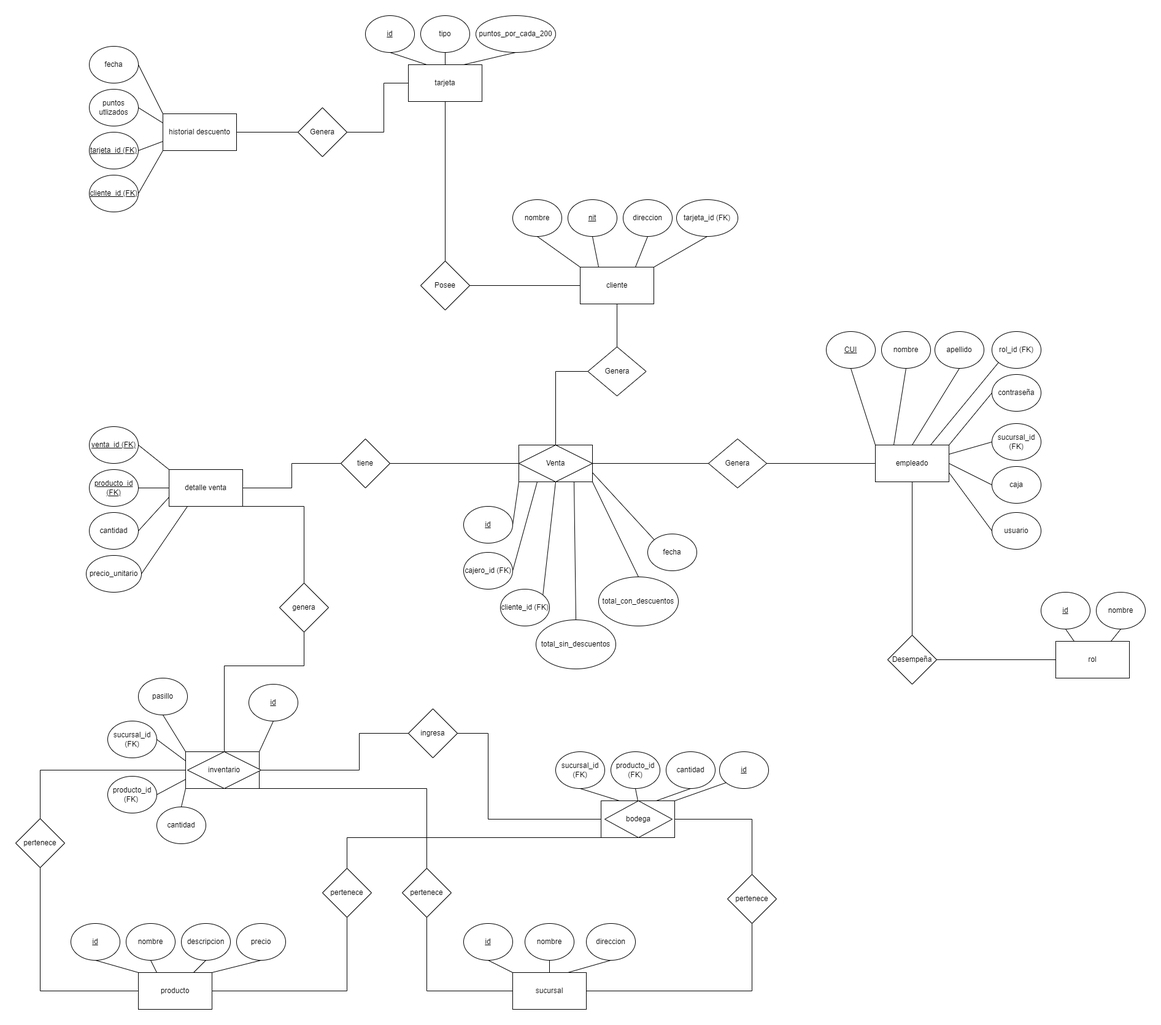
Above: Documentacion/Diagrama Entidad Relacion/GamerProXela Diagrama Entidad Relacion.png in DiegoMaldonado19/GamerProXela (draw.io), before the change. Source tidied: cells renumbered, new cells last; positions are measured from the earlier drawing's top-left corner, leaving out a move shared by most shapes.
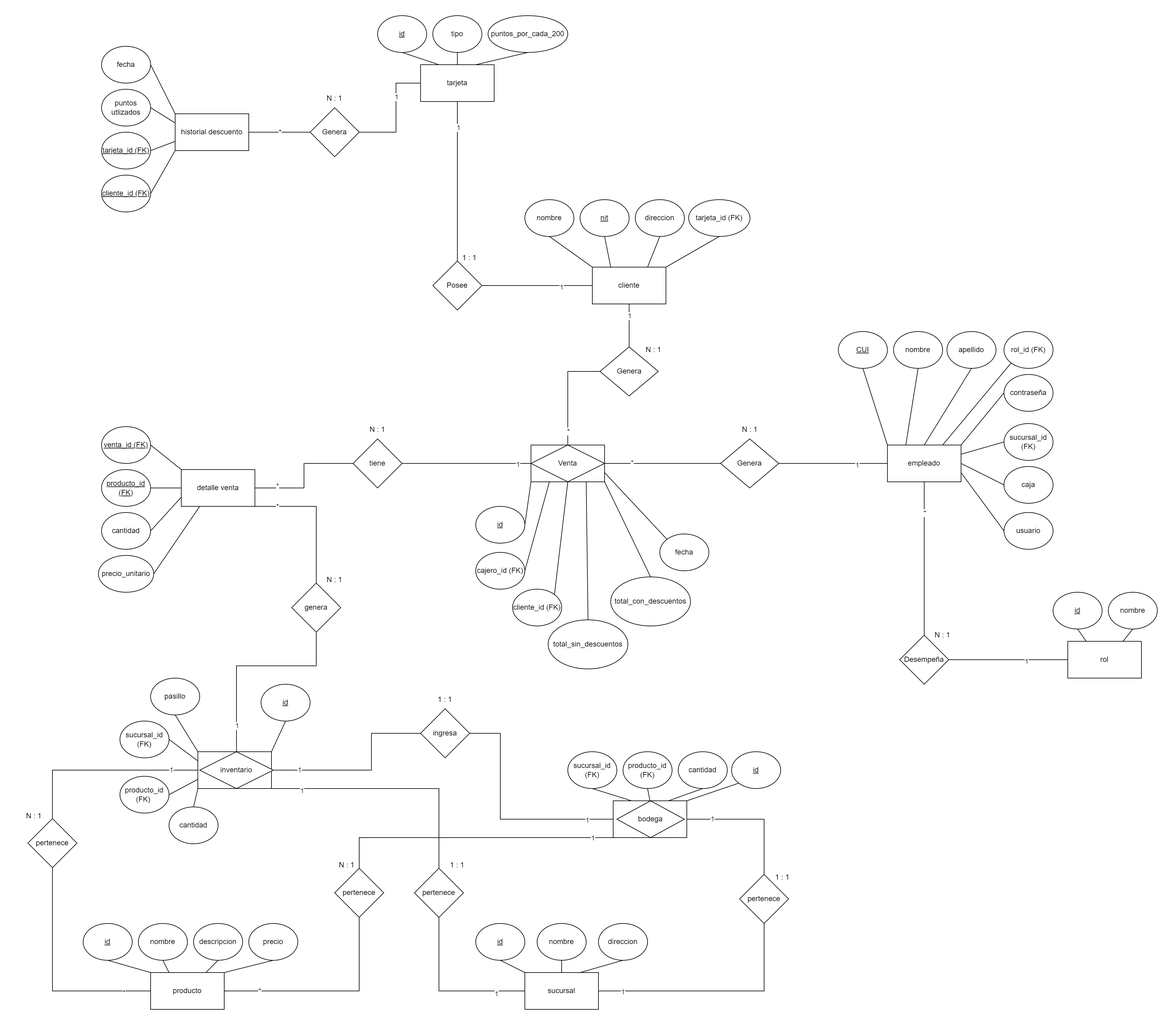
After the change.

Diff of the diagram source:
```diff
@@ -299,15 +299,24 @@
     <mxCell id="100" style="endArrow=none;html=1;rounded=0;entryX=0.5;entryY=1;entryDx=0;entryDy=0;exitX=0.5;exitY=0;exitDx=0;exitDy=0;" parent="1" edge="1" source="99" target="49">
       <mxGeometry relative="1" as="geometry" />
     </mxCell>
+    <mxCell id="146" value="1" style="edgeLabel;html=1;align=center;verticalAlign=middle;" parent="100" vertex="1">
+      <mxGeometry x="0.68" y="-1" relative="1" as="geometry" />
+    </mxCell>
     <mxCell id="101" style="endArrow=none;html=1;rounded=0;entryX=0;entryY=0.5;entryDx=0;entryDy=0;exitX=1;exitY=0.5;exitDx=0;exitDy=0;" parent="1" edge="1" source="99" target="44">
       <mxGeometry relative="1" as="geometry" />
     </mxCell>
+    <mxCell id="147" value="1" style="edgeLabel;html=1;align=center;verticalAlign=middle;" parent="101" vertex="1">
+      <mxGeometry x="0.44" y="-2" relative="1" as="geometry" />
+    </mxCell>
     <mxCell id="102" value="Genera" style="rhombus;whiteSpace=wrap;html=1;" parent="1" vertex="1">
       <mxGeometry x="460" y="150" width="80" height="80" as="geometry" />
     </mxCell>
     <mxCell id="103" style="endArrow=none;html=1;rounded=0;exitX=1;exitY=0.5;exitDx=0;exitDy=0;entryX=0;entryY=0.5;entryDx=0;entryDy=0;" parent="1" edge="1" source="53" target="102">
       <mxGeometry relative="1" as="geometry" />
     </mxCell>
+    <mxCell id="148" value="*" style="edgeLabel;html=1;align=center;verticalAlign=middle;" parent="103" vertex="1">
+      <mxGeometry x="0.01" y="1" relative="1" as="geometry" />
+    </mxCell>
     <mxCell id="104" style="endArrow=none;html=1;rounded=0;entryX=0;entryY=0.5;entryDx=0;entryDy=0;exitX=1;exitY=0.5;exitDx=0;exitDy=0;" parent="1" edge="1" source="102" target="49">
       <mxGeometry relative="1" as="geometry">
         <Array as="points">
@@ -316,15 +325,24 @@
         </Array>
       </mxGeometry>
     </mxCell>
+    <mxCell id="149" value="1" style="edgeLabel;html=1;align=center;verticalAlign=middle;" parent="104" vertex="1">
+      <mxGeometry x="0.31" relative="1" as="geometry" />
+    </mxCell>
     <mxCell id="105" value="Desempeña" style="rhombus;whiteSpace=wrap;html=1;" parent="1" vertex="1">
       <mxGeometry x="1421" y="1010" width="80" height="80" as="geometry" />
     </mxCell>
     <mxCell id="106" style="endArrow=none;html=1;rounded=0;entryX=0.5;entryY=1;entryDx=0;entryDy=0;exitX=0.5;exitY=0;exitDx=0;exitDy=0;" parent="1" edge="1" source="105" target="23">
       <mxGeometry relative="1" as="geometry" />
     </mxCell>
+    <mxCell id="150" value="*" style="edgeLabel;html=1;align=center;verticalAlign=middle;" parent="106" vertex="1">
+      <mxGeometry x="0.6" relative="1" as="geometry" />
+    </mxCell>
     <mxCell id="107" style="endArrow=none;html=1;rounded=0;entryX=0;entryY=0.5;entryDx=0;entryDy=0;exitX=1;exitY=0.5;exitDx=0;exitDy=0;" parent="1" edge="1" source="105" target="20">
       <mxGeometry relative="1" as="geometry" />
     </mxCell>
+    <mxCell id="151" value="1" style="edgeLabel;html=1;align=center;verticalAlign=middle;" parent="107" vertex="1">
+      <mxGeometry x="0.3" y="-2" relative="1" as="geometry" />
+    </mxCell>
     <mxCell id="108" value="Venta" style="rhombus;whiteSpace=wrap;html=1;" parent="1" vertex="1">
       <mxGeometry x="820" y="700" width="120" height="60" as="geometry" />
     </mxCell>
@@ -337,6 +355,9 @@
     <mxCell id="111" style="endArrow=none;html=1;rounded=0;entryX=0.5;entryY=1;entryDx=0;entryDy=0;exitX=0.5;exitY=0;exitDx=0;exitDy=0;" parent="1" edge="1" source="109" target="44">
       <mxGeometry relative="1" as="geometry" />
     </mxCell>
+    <mxCell id="152" value="1" style="edgeLabel;html=1;align=center;verticalAlign=middle;" parent="111" vertex="1">
+      <mxGeometry x="0.46" relative="1" as="geometry" />
+    </mxCell>
     <mxCell id="112" style="endArrow=none;html=1;rounded=0;exitX=0.5;exitY=0;exitDx=0;exitDy=0;entryX=0;entryY=0.5;entryDx=0;entryDy=0;" parent="1" edge="1" source="108" target="109">
       <mxGeometry relative="1" as="geometry">
         <Array as="points">
@@ -344,12 +365,21 @@
         </Array>
       </mxGeometry>
     </mxCell>
+    <mxCell id="153" value="*" style="edgeLabel;html=1;align=center;verticalAlign=middle;" parent="112" vertex="1">
+      <mxGeometry x="-0.73" relative="1" as="geometry" />
+    </mxCell>
     <mxCell id="113" style="endArrow=none;html=1;rounded=0;entryX=0;entryY=0.5;entryDx=0;entryDy=0;exitX=1;exitY=0.5;exitDx=0;exitDy=0;" parent="1" edge="1" source="110" target="23">
       <mxGeometry relative="1" as="geometry" />
     </mxCell>
+    <mxCell id="154" value="1" style="edgeLabel;html=1;align=center;verticalAlign=middle;" parent="113" vertex="1">
+      <mxGeometry x="0.44" y="-2" relative="1" as="geometry" />
+    </mxCell>
     <mxCell id="114" style="endArrow=none;html=1;rounded=0;exitX=1;exitY=0.5;exitDx=0;exitDy=0;entryX=0;entryY=0.5;entryDx=0;entryDy=0;" parent="1" edge="1" source="108" target="110">
       <mxGeometry relative="1" as="geometry" />
     </mxCell>
+    <mxCell id="155" value="*" style="edgeLabel;html=1;align=center;verticalAlign=middle;" parent="114" vertex="1">
+      <mxGeometry x="-0.53" y="2" relative="1" as="geometry" />
+    </mxCell>
     <mxCell id="115" value="inventario" style="rhombus;whiteSpace=wrap;html=1;" parent="1" vertex="1">
       <mxGeometry x="280" y="1200" width="120" height="60" as="geometry" />
     </mxCell>
@@ -369,6 +399,9 @@
         </Array>
       </mxGeometry>
     </mxCell>
+    <mxCell id="156" value="1" style="edgeLabel;html=1;align=center;verticalAlign=middle;" parent="119" vertex="1">
+      <mxGeometry x="-0.79" y="-1" relative="1" as="geometry" />
+    </mxCell>
     <mxCell id="120" style="endArrow=none;html=1;rounded=0;entryX=0.5;entryY=0;entryDx=0;entryDy=0;exitX=1;exitY=0.5;exitDx=0;exitDy=0;" parent="1" edge="1" source="11" target="118">
       <mxGeometry relative="1" as="geometry">
         <Array as="points">
@@ -376,6 +409,9 @@
         </Array>
       </mxGeometry>
     </mxCell>
+    <mxCell id="157" value="1" style="edgeLabel;html=1;align=center;verticalAlign=middle;" parent="120" vertex="1">
+      <mxGeometry x="-0.62" y="1" relative="1" as="geometry" />
+    </mxCell>
     <mxCell id="121" style="endArrow=none;html=1;rounded=0;entryX=0;entryY=0.5;entryDx=0;entryDy=0;exitX=0.5;exitY=0;exitDx=0;exitDy=0;" parent="1" edge="1" source="117" target="15">
       <mxGeometry relative="1" as="geometry">
         <Array as="points">
@@ -383,6 +419,9 @@
         </Array>
       </mxGeometry>
     </mxCell>
+    <mxCell id="158" value="1" style="edgeLabel;html=1;align=center;verticalAlign=middle;" parent="121" vertex="1">
+      <mxGeometry x="0.72" y="1" relative="1" as="geometry" />
+    </mxCell>
     <mxCell id="122" style="endArrow=none;html=1;rounded=0;exitX=0.5;exitY=1;exitDx=0;exitDy=0;entryX=0;entryY=0.5;entryDx=0;entryDy=0;" parent="1" edge="1" source="117" target="6">
       <mxGeometry relative="1" as="geometry">
         <Array as="points">
@@ -390,6 +429,9 @@
         </Array>
       </mxGeometry>
     </mxCell>
+    <mxCell id="159" value="*" style="edgeLabel;html=1;align=center;verticalAlign=middle;" parent="122" vertex="1">
+      <mxGeometry x="0.76" y="-2" relative="1" as="geometry" />
+    </mxCell>
     <mxCell id="123" value="pertenece" style="rhombus;whiteSpace=wrap;html=1;" parent="1" vertex="1">
       <mxGeometry x="500" y="1390" width="80" height="80" as="geometry" />
     </mxCell>
@@ -400,6 +442,9 @@
         </Array>
       </mxGeometry>
     </mxCell>
+    <mxCell id="160" value="*" style="edgeLabel;html=1;align=center;verticalAlign=middle;" parent="124" vertex="1">
+      <mxGeometry x="-0.67" y="1" relative="1" as="geometry" />
+    </mxCell>
     <mxCell id="125" style="endArrow=none;html=1;rounded=0;entryX=0;entryY=1;entryDx=0;entryDy=0;exitX=0.5;exitY=0;exitDx=0;exitDy=0;" parent="1" edge="1" source="123" target="11">
       <mxGeometry relative="1" as="geometry">
         <Array as="points">
@@ -407,6 +452,9 @@
         </Array>
       </mxGeometry>
     </mxCell>
+    <mxCell id="161" value="1" style="edgeLabel;html=1;align=center;verticalAlign=middle;" parent="125" vertex="1">
+      <mxGeometry x="0.85" relative="1" as="geometry" />
+    </mxCell>
     <mxCell id="126" value="pertenece" style="rhombus;whiteSpace=wrap;html=1;" parent="1" vertex="1">
       <mxGeometry x="630" y="1390" width="80" height="80" as="geometry" />
     </mxCell>
@@ -417,6 +465,9 @@
         </Array>
       </mxGeometry>
     </mxCell>
+    <mxCell id="162" value="1" style="edgeLabel;html=1;align=center;verticalAlign=middle;" parent="127" vertex="1">
+      <mxGeometry x="0.64" y="-4" relative="1" as="geometry" />
+    </mxCell>
     <mxCell id="128" style="endArrow=none;html=1;rounded=0;entryX=1;entryY=1;entryDx=0;entryDy=0;exitX=0.5;exitY=0;exitDx=0;exitDy=0;" parent="1" edge="1" source="126" target="15">
       <mxGeometry relative="1" as="geometry">
         <Array as="points">
@@ -424,6 +475,9 @@
         </Array>
       </mxGeometry>
     </mxCell>
+    <mxCell id="163" value="1" style="edgeLabel;html=1;align=center;verticalAlign=middle;" parent="128" vertex="1">
+      <mxGeometry x="0.75" y="3" relative="1" as="geometry" />
+    </mxCell>
     <mxCell id="129" value="ingresa" style="rhombus;whiteSpace=wrap;html=1;" parent="1" vertex="1">
       <mxGeometry x="640" y="1130" width="80" height="80" as="geometry" />
     </mxCell>
@@ -435,6 +489,9 @@
         </Array>
       </mxGeometry>
     </mxCell>
+    <mxCell id="164" value="1" style="edgeLabel;html=1;align=center;verticalAlign=middle;" parent="130" vertex="1">
+      <mxGeometry x="0.77" y="-1" relative="1" as="geometry" />
+    </mxCell>
     <mxCell id="131" style="endArrow=none;html=1;rounded=0;exitX=1;exitY=0.5;exitDx=0;exitDy=0;entryX=0;entryY=0.5;entryDx=0;entryDy=0;" parent="1" edge="1" source="115" target="129">
       <mxGeometry relative="1" as="geometry">
         <Array as="points">
@@ -443,6 +500,9 @@
         </Array>
       </mxGeometry>
     </mxCell>
+    <mxCell id="165" value="1" style="edgeLabel;html=1;align=center;verticalAlign=middle;" parent="131" vertex="1">
+      <mxGeometry x="-0.72" y="1" relative="1" as="geometry" />
+    </mxCell>
     <mxCell id="132" style="endArrow=none;html=1;rounded=0;exitX=0.5;exitY=1;exitDx=0;exitDy=0;entryX=0;entryY=0;entryDx=0;entryDy=0;" parent="1" edge="1" source="19" target="15">
       <mxGeometry relative="1" as="geometry" />
     </mxCell>
@@ -463,6 +523,9 @@
         </Array>
       </mxGeometry>
     </mxCell>
+    <mxCell id="166" value="1" style="edgeLabel;html=1;align=center;verticalAlign=middle;" parent="136" vertex="1">
+      <mxGeometry x="-0.74" relative="1" as="geometry" />
+    </mxCell>
     <mxCell id="137" value="genera" style="rhombus;whiteSpace=wrap;html=1;" parent="1" vertex="1">
       <mxGeometry x="430" y="925" width="80" height="80" as="geometry" />
     </mxCell>
@@ -473,12 +536,18 @@
         </Array>
       </mxGeometry>
     </mxCell>
+    <mxCell id="167" value="*" style="edgeLabel;html=1;align=center;verticalAlign=middle;" parent="138" vertex="1">
+      <mxGeometry x="0.68" y="-1" relative="1" as="geometry" />
+    </mxCell>
     <mxCell id="139" value="tiene" style="rhombus;whiteSpace=wrap;html=1;" parent="1" vertex="1">
       <mxGeometry x="530" y="690" width="80" height="80" as="geometry" />
     </mxCell>
     <mxCell id="140" style="endArrow=none;html=1;rounded=0;entryX=0;entryY=0.5;entryDx=0;entryDy=0;exitX=1;exitY=0.5;exitDx=0;exitDy=0;" parent="1" edge="1" source="139" target="108">
       <mxGeometry relative="1" as="geometry" />
     </mxCell>
+    <mxCell id="168" value="1" style="edgeLabel;html=1;align=center;verticalAlign=middle;" parent="140" vertex="1">
+      <mxGeometry x="0.79" y="-1" relative="1" as="geometry" />
+    </mxCell>
     <mxCell id="141" style="endArrow=none;html=1;rounded=0;entryX=0;entryY=0.5;entryDx=0;entryDy=0;exitX=1;exitY=0.5;exitDx=0;exitDy=0;" parent="1" edge="1" source="39" target="139">
       <mxGeometry relative="1" as="geometry">
         <Array as="points">
@@ -487,6 +556,9 @@
         </Array>
       </mxGeometry>
     </mxCell>
+    <mxCell id="169" value="*" style="edgeLabel;html=1;align=center;verticalAlign=middle;" parent="141" vertex="1">
+      <mxGeometry x="-0.64" y="4" relative="1" as="geometry" />
+    </mxCell>
     <mxCell id="142" value="&lt;u&gt;id&lt;/u&gt;" style="ellipse;whiteSpace=wrap;html=1;" parent="1" vertex="1">
       <mxGeometry x="380" y="1090" width="80" height="60" as="geometry" />
     </mxCell>
@@ -499,5 +571,41 @@
     <mxCell id="145" style="endArrow=none;html=1;rounded=0;entryX=0;entryY=1;entryDx=0;entryDy=0;exitX=1;exitY=0;exitDx=0;exitDy=0;" parent="1" edge="1" source="11" target="144">
       <mxGeometry relative="1" as="geometry" />
     </mxCell>
+    <mxCell id="170" value="1 : 1" style="text;html=1;align=center;verticalAlign=middle;whiteSpace=wrap;rounded=0;" parent="1" vertex="1">
+      <mxGeometry x="1200" y="1390" width="60" height="30" as="geometry" />
+    </mxCell>
+    <mxCell id="171" value="1 : 1" style="text;html=1;align=center;verticalAlign=middle;whiteSpace=wrap;rounded=0;" parent="1" vertex="1">
+      <mxGeometry x="670" y="1370" width="60" height="30" as="geometry" />
+    </mxCell>
+    <mxCell id="172" value="N : 1" style="text;html=1;align=center;verticalAlign=middle;whiteSpace=wrap;rounded=0;" parent="1" vertex="1">
+      <mxGeometry x="490" y="1370" width="60" height="30" as="geometry" />
+    </mxCell>
+    <mxCell id="173" value="N : 1" style="text;html=1;align=center;verticalAlign=middle;whiteSpace=wrap;rounded=0;" parent="1" vertex="1">
+      <mxGeometry x="-20" y="1290" width="60" height="30" as="geometry" />
+    </mxCell>
+    <mxCell id="174" value="1 : 1" style="text;html=1;align=center;verticalAlign=middle;whiteSpace=wrap;rounded=0;" parent="1" vertex="1">
+      <mxGeometry x="650" y="1100" width="60" height="30" as="geometry" />
+    </mxCell>
+    <mxCell id="175" value="N : 1" style="text;html=1;align=center;verticalAlign=middle;whiteSpace=wrap;rounded=0;" parent="1" vertex="1">
+      <mxGeometry x="470" y="905" width="60" height="30" as="geometry" />
+    </mxCell>
+    <mxCell id="176" value="N : 1" style="text;html=1;align=center;verticalAlign=middle;whiteSpace=wrap;rounded=0;" parent="1" vertex="1">
+      <mxGeometry x="540" y="660" width="60" height="30" as="geometry" />
+    </mxCell>
+    <mxCell id="177" value="N : 1" style="text;html=1;align=center;verticalAlign=middle;whiteSpace=wrap;rounded=0;" parent="1" vertex="1">
+      <mxGeometry x="1146.5" y="660" width="60" height="30" as="geometry" />
+    </mxCell>
+    <mxCell id="178" value="N : 1" style="text;html=1;align=center;verticalAlign=middle;whiteSpace=wrap;rounded=0;" parent="1" vertex="1">
+      <mxGeometry x="990" y="530" width="60" height="30" as="geometry" />
+    </mxCell>
+    <mxCell id="179" value="N : 1" style="text;html=1;align=center;verticalAlign=middle;whiteSpace=wrap;rounded=0;" parent="1" vertex="1">
+      <mxGeometry x="1461" y="995" width="60" height="30" as="geometry" />
+    </mxCell>
+    <mxCell id="180" value="1 : 1" style="text;html=1;align=center;verticalAlign=middle;whiteSpace=wrap;rounded=0;" parent="1" vertex="1">
+      <mxGeometry x="690" y="380" width="60" height="30" as="geometry" />
+    </mxCell>
+    <mxCell id="181" value="N : 1" style="text;html=1;align=center;verticalAlign=middle;whiteSpace=wrap;rounded=0;" parent="1" vertex="1">
+      <mxGeometry x="470" y="120" width="60" height="30" as="geometry" />
+    </mxCell>
   </root>
 </mxGraphModel>
```
